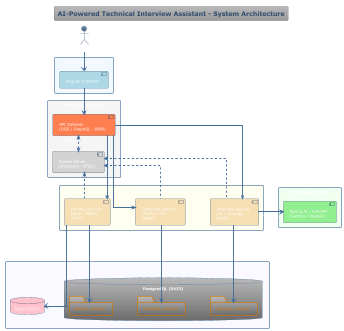
This is docs/system-architecture/system-architecture.png from Nam000p/tech-interview-assistant, a PlantUML export, as it was before one commit. Source of this version:
```plantuml
@startuml
!theme spacelab
skinparam componentStyle uml2
skinparam packageStyle rectangle
skinparam linetype ortho
skinparam nodesep 80
skinparam ranksep 50

title AI-Powered Technical Interview Assistant - System Architecture

actor "Recruiter / Candidate" as User

package "Presentation Layer" #aliceblue {
    component [Angular Frontend] as UI #lightblue
}

package "Infrastructure Layer" #whitesmoke {
    component [Eureka Server\n(Discovery - 8761)] as Eureka #lightgrey
    component [API Gateway\n(DGS / GraphQL - 8080)] as Gateway #coral
}

package "Business Logic Layer" #ivory {
    component [Identity Service\n(Auth / RBAC)\n(8081)] as Identity #wheat
    component [Candidate Service\n(Profile / CV)\n(8082)] as Candidate #wheat
    component [Interview Service\n(JD / Scoring)\n(8083)] as Interview #wheat
}

package "Intelligence Layer" #honeydew {
    component [Spring AI / LLM API\n(Gemini / OpenAI)] as AI_Engine #lightgreen
}

package "Data Persistence Layer" #ghostwhite {
    database "Redis (6337)" as Redis #pink

    database "PostgreSQL (5433)" as DB_Server {
        folder "identity_schema" as ID_DB
        folder "candidate_schema" as CAN_DB
        folder "interview_schema" as INT_DB
    }
}

Identity -[hidden]right- Candidate
Candidate -[hidden]right- Interview
ID_DB -[hidden]right- CAN_DB
CAN_DB -[hidden]right- INT_DB

User --> UI
UI --> Gateway : " GraphQL Query "

Gateway <..> Eureka : " Lookup "
Identity .up.> Eureka : " Register "
Candidate .up.> Eureka : " Register "
Interview .up.> Eureka : " Register "

Gateway -down-> Identity
Gateway -down-> Candidate
Gateway -down-> Interview

Interview -right-> AI_Engine : " Prompting "
Identity -right-> Redis : " Session Store "

Identity --down--> ID_DB : " JPA "
Candidate --down--> CAN_DB : " JPA "
Interview --down--> INT_DB : " JPA "

@enduml
```
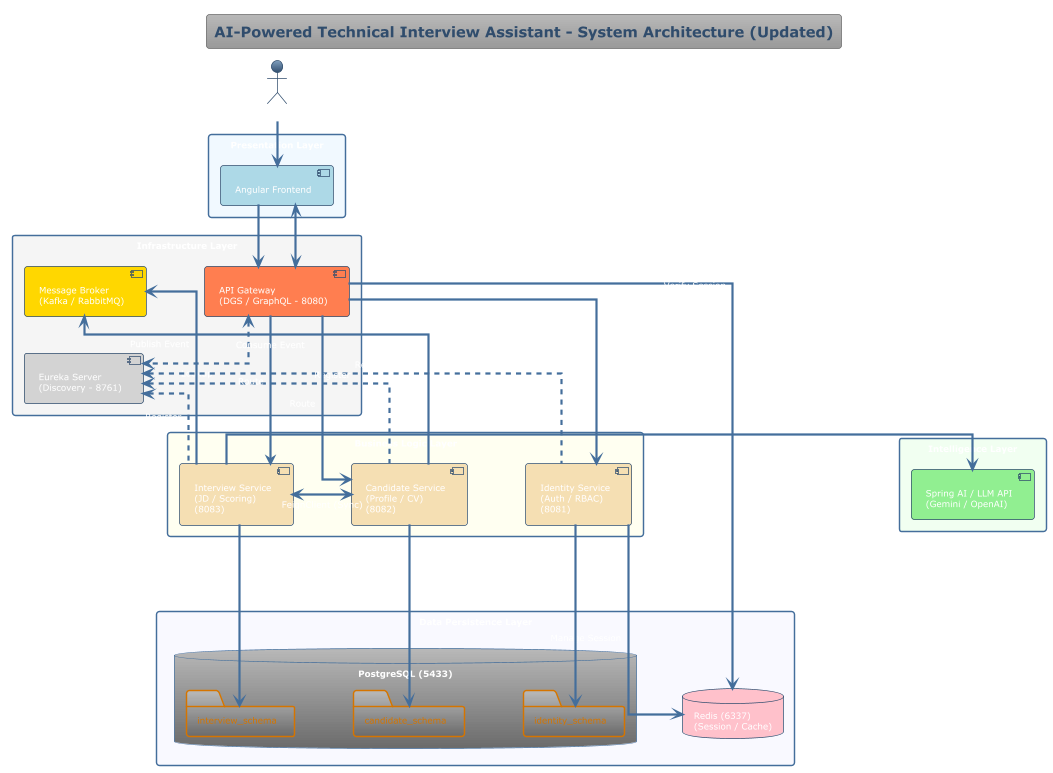
Later version of the same file.

Change to the diagram source:
```diff
@@ -6,7 +6,7 @@
 skinparam nodesep 80
 skinparam ranksep 50
 
-title AI-Powered Technical Interview Assistant - System Architecture
+title AI-Powered Technical Interview Assistant - System Architecture (Updated)
 
 actor "Recruiter / Candidate" as User
 
@@ -17,6 +17,7 @@
 package "Infrastructure Layer" #whitesmoke {
     component [Eureka Server\n(Discovery - 8761)] as Eureka #lightgrey
     component [API Gateway\n(DGS / GraphQL - 8080)] as Gateway #coral
+    component [Message Broker\n(Kafka / RabbitMQ)] as Broker #gold
 }
 
 package "Business Logic Layer" #ivory {
@@ -30,7 +31,7 @@
 }
 
 package "Data Persistence Layer" #ghostwhite {
-    database "Redis (6337)" as Redis #pink
+    database "Redis (6337)\n(Session / Cache)" as Redis #pink
 
     database "PostgreSQL (5433)" as DB_Server {
         folder "identity_schema" as ID_DB
@@ -45,19 +46,26 @@
 CAN_DB -[hidden]right- INT_DB
 
 User --> UI
-UI --> Gateway : " GraphQL Query "
+UI --> Gateway : " GraphQL Query / Mutation "
+UI <--> Gateway : " WebSocket (AI Stream) "
 
 Gateway <..> Eureka : " Lookup "
 Identity .up.> Eureka : " Register "
 Candidate .up.> Eureka : " Register "
 Interview .up.> Eureka : " Register "
 
-Gateway -down-> Identity
-Gateway -down-> Candidate
-Gateway -down-> Interview
+Gateway -right-> Redis : " Verify Session "
+Gateway -down-> Identity : " Route (Login/Register) "
+Gateway -down-> Candidate : " Route "
+Gateway -down-> Interview : " Route "
 
-Interview -right-> AI_Engine : " Prompting "
-Identity -right-> Redis : " Session Store "
+Identity -right-> Redis : " Manage Session "
+
+Interview -right-> AI_Engine : " Prompting / Stream "
+
+Interview <-left-> Candidate : " FeignClient (Sync) "
+Interview -up-> Broker : " Publish Event "
+Candidate -up-> Broker : " Consume Event "
 
 Identity --down--> ID_DB : " JPA "
 Candidate --down--> CAN_DB : " JPA "
```
